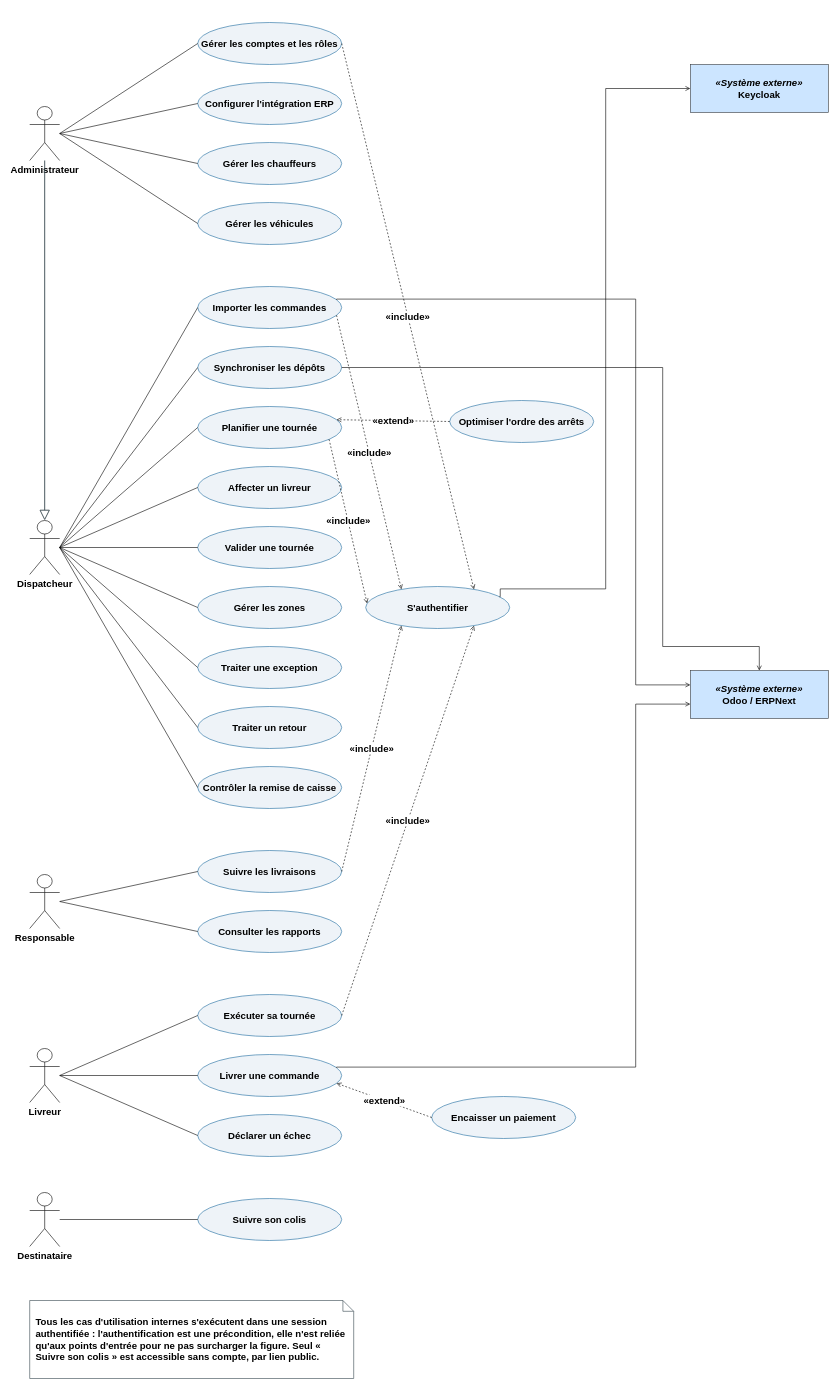
Earlier version of the draw.io diagram diagrams/drawio/Sprint0/ucglobalFINAL.drawio (Moaziz667/asm-track). Source tidied: cells renumbered, new cells numbered last; positions are measured from the earlier drawing's top-left corner, leaving out a move shared by most shapes. Both pictures are drawn from the tidied source at 60%, with x=0, y=0 at pixel (29, 22).
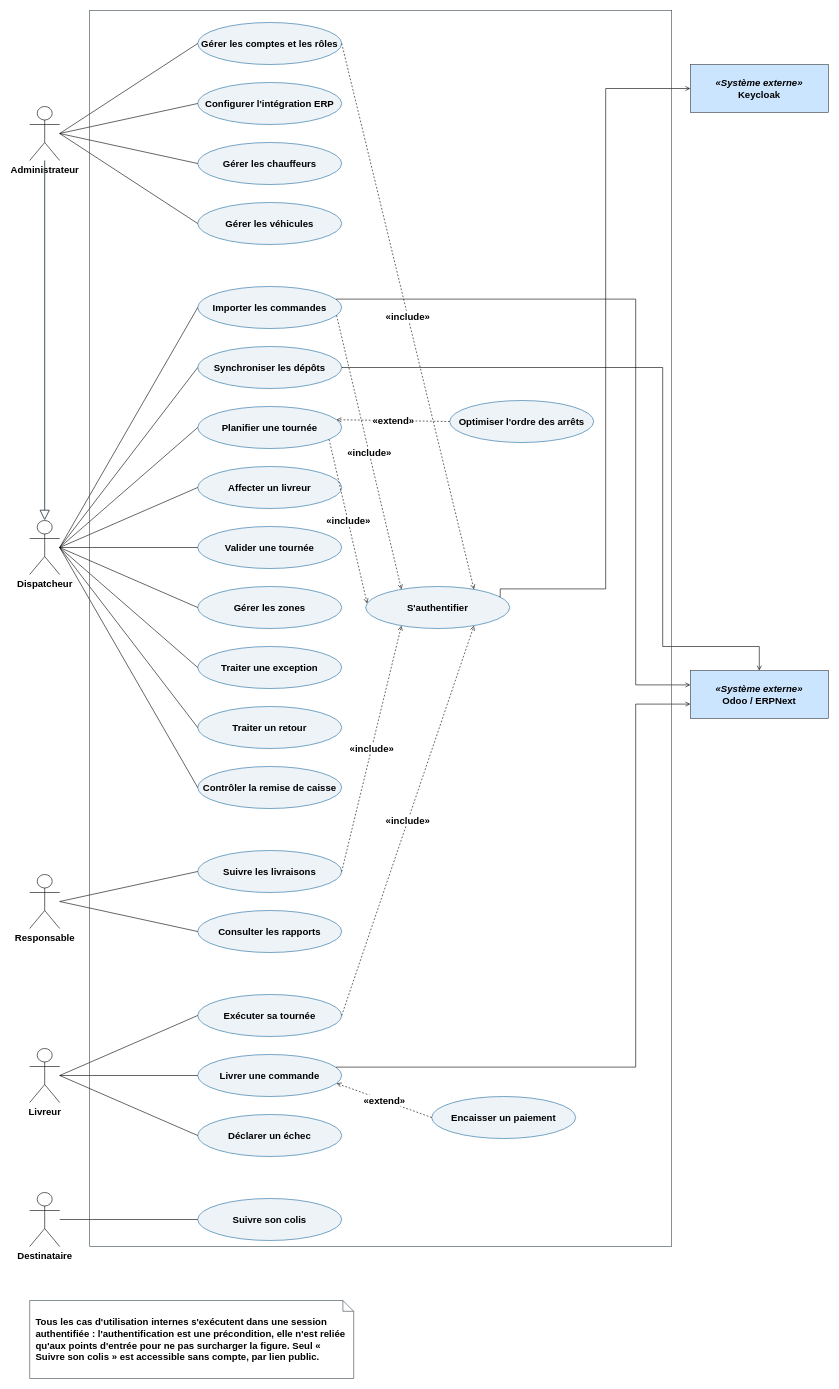
The same page after the edit.

Diff of the diagram source:
```diff
@@
+    <mxCell id="64" style="rounded=0;whiteSpace=wrap;html=1;verticalAlign=top;fontSize=15;fontStyle=1;fillColor=none;strokeColor=#37474F;spacingTop=10;" parent="1" vertex="1">
+      <mxGeometry x="100" y="-20" width="970" height="2060" as="geometry" />
+    </mxCell>
```
